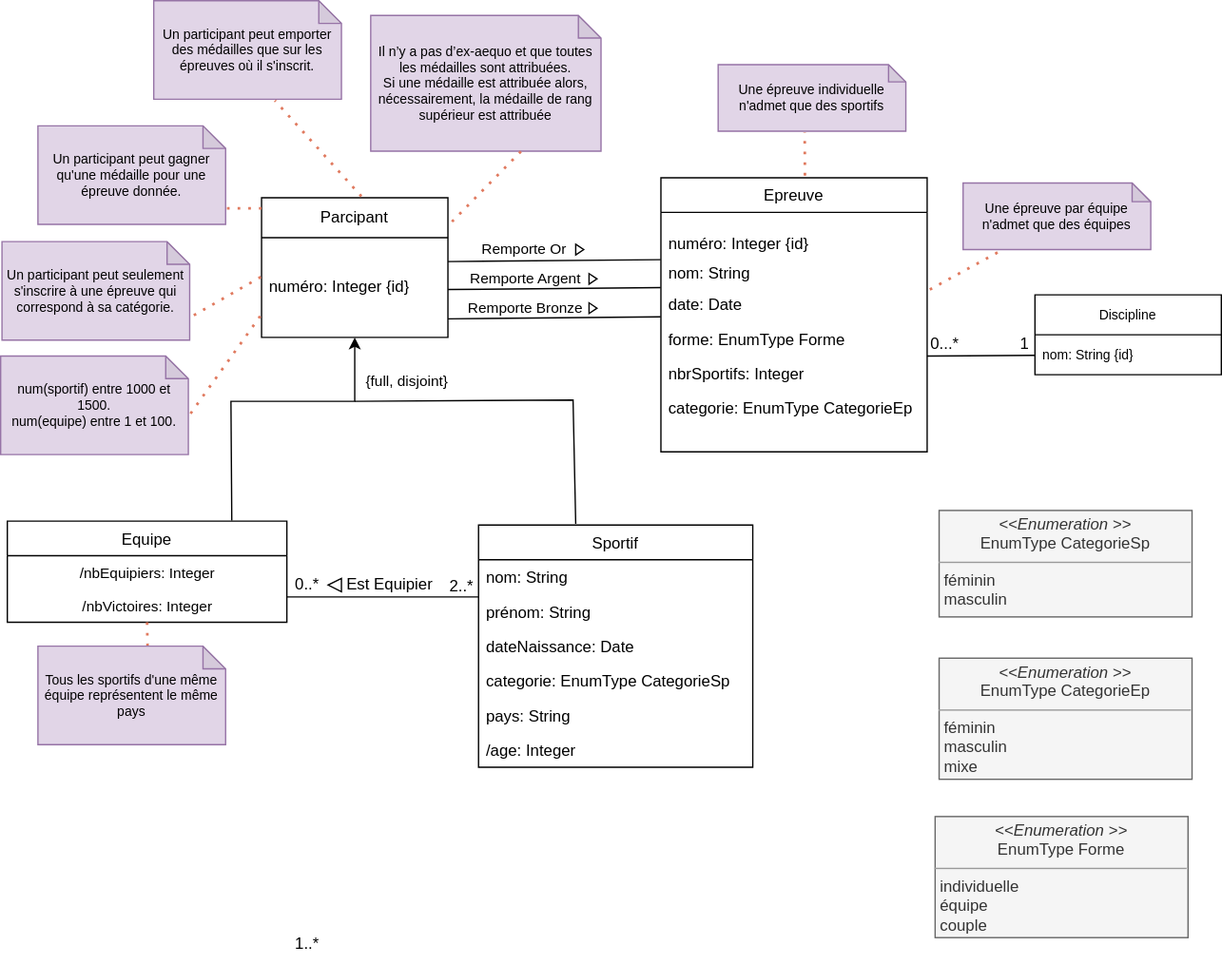
Above: UML.svg in AEtheve/CEBD-PROJET-JO (draw.io), before the change. Source tidied: cells renumbered, new cells last; positions are measured from the earlier drawing's top-left corner, leaving out a move shared by most shapes.
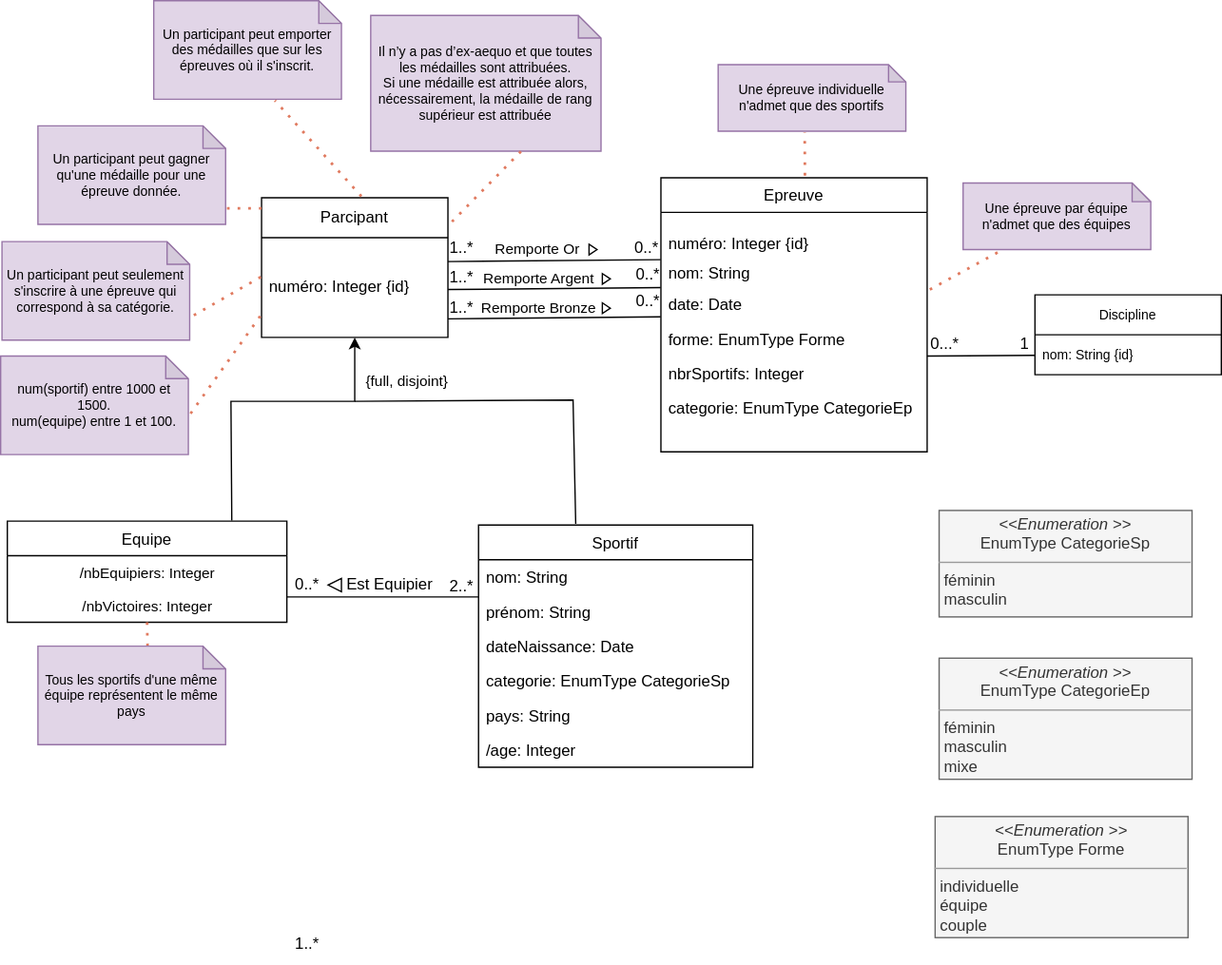
Above is the later version.

Change to the diagram source:
```diff
@@ -119,7 +119,7 @@
       </mxGeometry>
     </mxCell>
     <mxCell id="35" style="group;" parent="1" vertex="1">
-      <mxGeometry x="352" y="173" width="88" height="25" as="geometry" />
+      <mxGeometry x="362" y="173" width="88" height="25" as="geometry" />
     </mxCell>
     <mxCell id="36" value="Remporte Or" style="text;html=1;align=center;verticalAlign=middle;strokeColor=none;fillColor=none;fontSize=11;" parent="35" vertex="1">
       <mxGeometry y="1" width="82" height="25" as="geometry" />
@@ -134,7 +134,7 @@
       </mxGeometry>
     </mxCell>
     <mxCell id="39" style="group;" parent="1" vertex="1">
-      <mxGeometry x="352" y="195" width="92" height="26" as="geometry" />
+      <mxGeometry x="362" y="195" width="92" height="26" as="geometry" />
     </mxCell>
     <mxCell id="40" value="Remporte Argent" style="text;html=1;align=center;verticalAlign=middle;strokeColor=none;fillColor=none;fontSize=11;" parent="39" vertex="1">
       <mxGeometry x="-9" y="1" width="101" height="25" as="geometry" />
@@ -143,7 +143,7 @@
       <mxGeometry x="90" y="10" width="6" height="8" as="geometry" />
     </mxCell>
     <mxCell id="42" style="group;" parent="1" vertex="1">
-      <mxGeometry x="352" y="217" width="94" height="26" as="geometry" />
+      <mxGeometry x="362" y="217" width="94" height="26" as="geometry" />
     </mxCell>
     <mxCell id="43" value="Remporte Bronze" style="text;html=1;align=center;verticalAlign=middle;strokeColor=none;fillColor=none;fontSize=11;" parent="42" vertex="1">
       <mxGeometry x="-10" y="1" width="104" height="25" as="geometry" />
@@ -239,5 +239,23 @@
     <mxCell id="66" style="endArrow=none;dashed=1;html=1;dashPattern=1 3;strokeWidth=2;rounded=0;strokeColor=#E07A5F;fontColor=#393C56;fillColor=#F2CC8F;entryX=0.584;entryY=-0.006;entryDx=0;entryDy=0;entryPerimeter=0;exitX=0.5;exitY=1;exitDx=0;exitDy=0;" parent="1" edge="1" source="7" target="56">
       <mxGeometry relative="1" as="geometry" />
     </mxCell>
+    <mxCell id="67" value="1..*" style="text;html=1;align=center;verticalAlign=middle;strokeColor=none;fillColor=none;" parent="1" vertex="1">
+      <mxGeometry x="328" y="172.5" width="36" height="26" as="geometry" />
+    </mxCell>
+    <mxCell id="68" value="0..*" style="text;html=1;align=center;verticalAlign=middle;strokeColor=none;fillColor=none;" parent="1" vertex="1">
+      <mxGeometry x="465" y="170.5" width="40" height="30" as="geometry" />
+    </mxCell>
+    <mxCell id="69" value="1..*" style="text;html=1;align=center;verticalAlign=middle;strokeColor=none;fillColor=none;" parent="1" vertex="1">
+      <mxGeometry x="328" y="194.5" width="36" height="26" as="geometry" />
+    </mxCell>
+    <mxCell id="70" value="1..*" style="text;html=1;align=center;verticalAlign=middle;strokeColor=none;fillColor=none;" parent="1" vertex="1">
+      <mxGeometry x="328" y="217.5" width="36" height="26" as="geometry" />
+    </mxCell>
+    <mxCell id="71" value="0..*" style="text;html=1;align=center;verticalAlign=middle;strokeColor=none;fillColor=none;" parent="1" vertex="1">
+      <mxGeometry x="466" y="190.5" width="40" height="30" as="geometry" />
+    </mxCell>
+    <mxCell id="72" value="0..*" style="text;html=1;align=center;verticalAlign=middle;strokeColor=none;fillColor=none;" parent="1" vertex="1">
+      <mxGeometry x="466" y="210.5" width="40" height="30" as="geometry" />
+    </mxCell>
   </root>
 </mxGraphModel>
```
